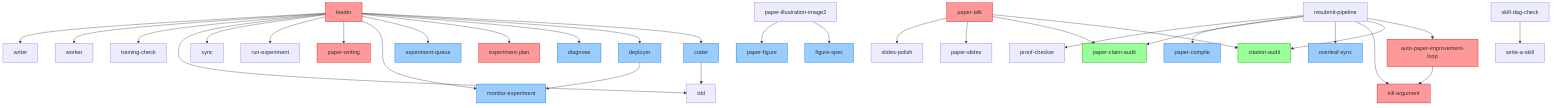
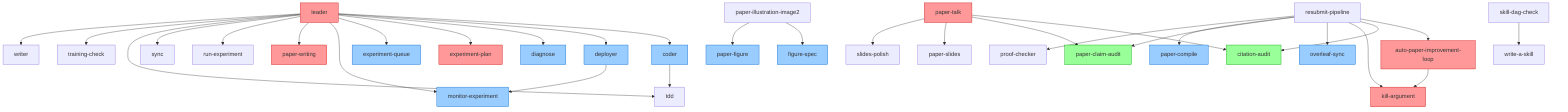
graph TD
    auto-paper-improvement-loop --> kill-argument
    coder --> tdd
    deployer --> monitor-experiment
    leader --> coder
    leader --> deployer
    leader --> diagnose
    leader --> experiment-plan
    leader --> experiment-queue
    leader --> monitor-experiment
    leader --> paper-writing
    leader --> run-experiment
    leader --> sync
    leader --> tdd
    leader --> training-check
-     leader --> worker
    leader --> writer
    paper-illustration-image2 --> figure-spec
    paper-illustration-image2 --> paper-figure
    paper-talk --> citation-audit
    paper-talk --> paper-claim-audit
    paper-talk --> paper-slides
    paper-talk --> slides-polish
    resubmit-pipeline --> auto-paper-improvement-loop
    resubmit-pipeline --> citation-audit
    resubmit-pipeline --> kill-argument
    resubmit-pipeline --> overleaf-sync
    resubmit-pipeline --> paper-claim-audit
    resubmit-pipeline --> paper-compile
    resubmit-pipeline --> proof-checker
    skill-dag-check --> write-a-skill

    classDef leader fill:#ff9999,stroke:#cc0000
    class auto-paper-improvement-loop,auto-review-loop,auto-review-loop-llm,auto-review-loop-minimax,dse-loop,experiment-plan,framework-update,idea-discovery,idea-discovery-robot,init-research,kill-argument,leader,meta-optimize,paper-talk,paper-writing,patent-pipeline,rebuttal,research-pipeline,research-refine,research-refine-pipeline leader
    classDef executor fill:#99ccff,stroke:#0066cc
    class ablation-planner,claims-drafting,coder,deployer,diagnose,embodiment-description,experiment-bridge,experiment-queue,figure-description,figure-spec,formula-derivation,grant-proposal,invention-structuring,jurisdiction-format,mermaid-diagram,monitor-experiment,overleaf-sync,paper-compile,paper-figure,paper-illustration executor
    classDef any fill:#99ff99,stroke:#009900
    class alphaxiv,analyze-results,arxiv,caveman,citation-audit,comm-lit-review,deepxiv,exa-search,experiment-audit,feishu-notify,feishu-session,gemini-search,git-guardrails,grill-me,grill-with-docs,handoff,idea-creator,novelty-check,openalex,paper-claim-audit any
